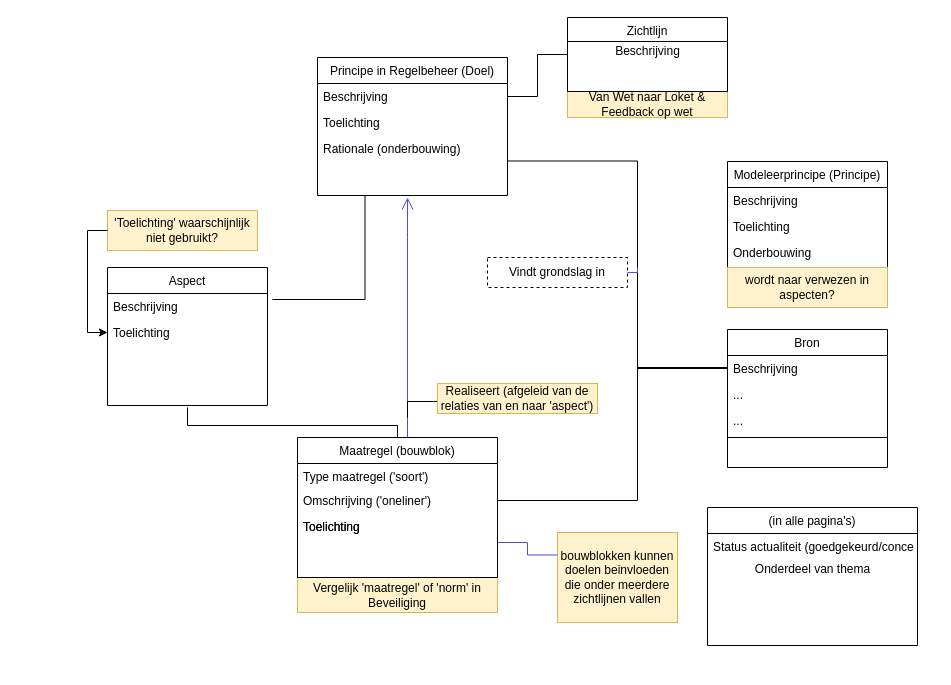
This is Regelbeheer kennismodel.drawio from djoris/nora, a draw.io file, before an edit. Source tidied: cells renumbered, new cells numbered last; positions are measured from the earlier drawing's top-left corner, leaving out a move shared by most shapes. Both pictures are drawn from the tidied source at 100%, with x=0, y=0 at pixel (87, 17).
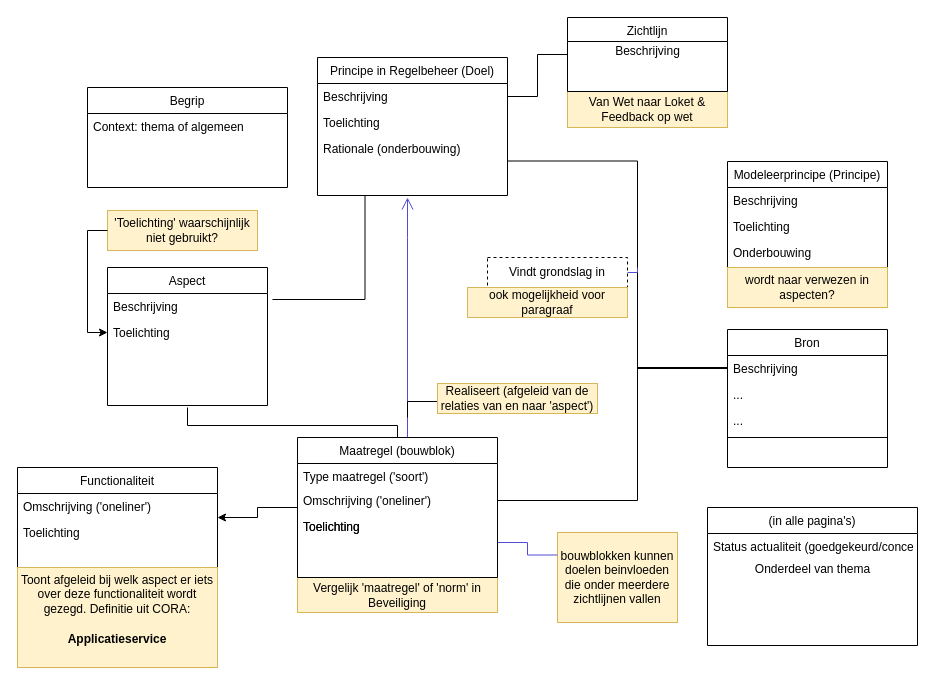
The same page after the edit.

Commit message:
overleg met redactie regelbeheer

The change refers to these unchanged cells:
```xml
<mxCell id="30" value="Maatregel (bouwblok)" style="swimlane;fontStyle=0;align=center;verticalAlign=top;horizontal=1;startSize=26;rounded=0;shadow=0;strokeWidth=1;" parent="1" vertex="1">
  <mxGeometry x="210" y="420" width="200" height="140" as="geometry" />
</mxCell>
```

Diff of the diagram source:
```diff
@@
     <mxCell id="11" value="Van Wet naar Loket &amp;amp; Feedback op wet" style="text;html=1;strokeColor=#d6b656;fillColor=#fff2cc;align=center;verticalAlign=middle;whiteSpace=wrap;rounded=0;" parent="1" vertex="1">
-      <mxGeometry x="480" y="74" width="160" height="26" as="geometry" />
+      <mxGeometry x="480" y="74" width="160" height="36" as="geometry" />
     </mxCell>
@@
+    <mxCell id="45" style="edgeStyle=orthogonalEdgeStyle;rounded=0;jettySize=auto;html=1;" parent="1" edge="1" source="30" target="46">
+      <mxGeometry relative="1" as="geometry" />
+    </mxCell>
@@
+    <mxCell id="46" value="Functionaliteit" style="swimlane;fontStyle=0;align=center;verticalAlign=top;horizontal=1;startSize=26;rounded=0;shadow=0;strokeWidth=1;" parent="1" vertex="1">
+      <mxGeometry x="-70" y="450" width="200" height="100" as="geometry" />
+    </mxCell>
+    <mxCell id="47" value="Omschrijving ('oneliner')" style="text;align=left;verticalAlign=top;spacingLeft=4;spacingRight=4;overflow=hidden;rounded=0;shadow=0;html=0;" parent="46" vertex="1">
+      <mxGeometry y="26" width="200" height="26" as="geometry" />
+    </mxCell>
+    <mxCell id="48" value="Toelichting" style="text;align=left;verticalAlign=top;spacingLeft=4;spacingRight=4;overflow=hidden;rounded=0;shadow=0;html=0;" parent="46" vertex="1">
+      <mxGeometry y="52" width="200" height="26" as="geometry" />
+    </mxCell>
+    <mxCell id="49" value="Toont afgeleid bij welk aspect er iets over deze functionaliteit wordt gezegd. Definitie uit CORA: &lt;br&gt;&lt;h4&gt;&lt;span class=&quot;mw-headline&quot; id=&quot;Applicatieservice&quot;&gt;Applicatieservice&lt;/span&gt;&lt;/h4&gt;" style="text;html=1;strokeColor=#d6b656;fillColor=#fff2cc;align=center;verticalAlign=middle;whiteSpace=wrap;rounded=0;" parent="1" vertex="1">
+      <mxGeometry x="-70" y="550" width="200" height="100" as="geometry" />
+    </mxCell>
+    <mxCell id="50" value="ook mogelijkheid voor paragraaf" style="text;html=1;strokeColor=#d6b656;fillColor=#fff2cc;align=center;verticalAlign=middle;whiteSpace=wrap;rounded=0;" parent="1" vertex="1">
+      <mxGeometry x="380" y="270" width="160" height="30" as="geometry" />
+    </mxCell>
+    <mxCell id="51" value="Begrip" style="swimlane;fontStyle=0;align=center;verticalAlign=top;horizontal=1;startSize=26;rounded=0;shadow=0;strokeWidth=1;" parent="1" vertex="1">
+      <mxGeometry y="70" width="200" height="100" as="geometry" />
+    </mxCell>
+    <mxCell id="52" value="Context: thema of algemeen" style="text;align=left;verticalAlign=top;spacingLeft=4;spacingRight=4;overflow=hidden;rounded=0;shadow=0;html=0;" parent="51" vertex="1">
+      <mxGeometry y="26" width="200" height="26" as="geometry" />
+    </mxCell>
```
